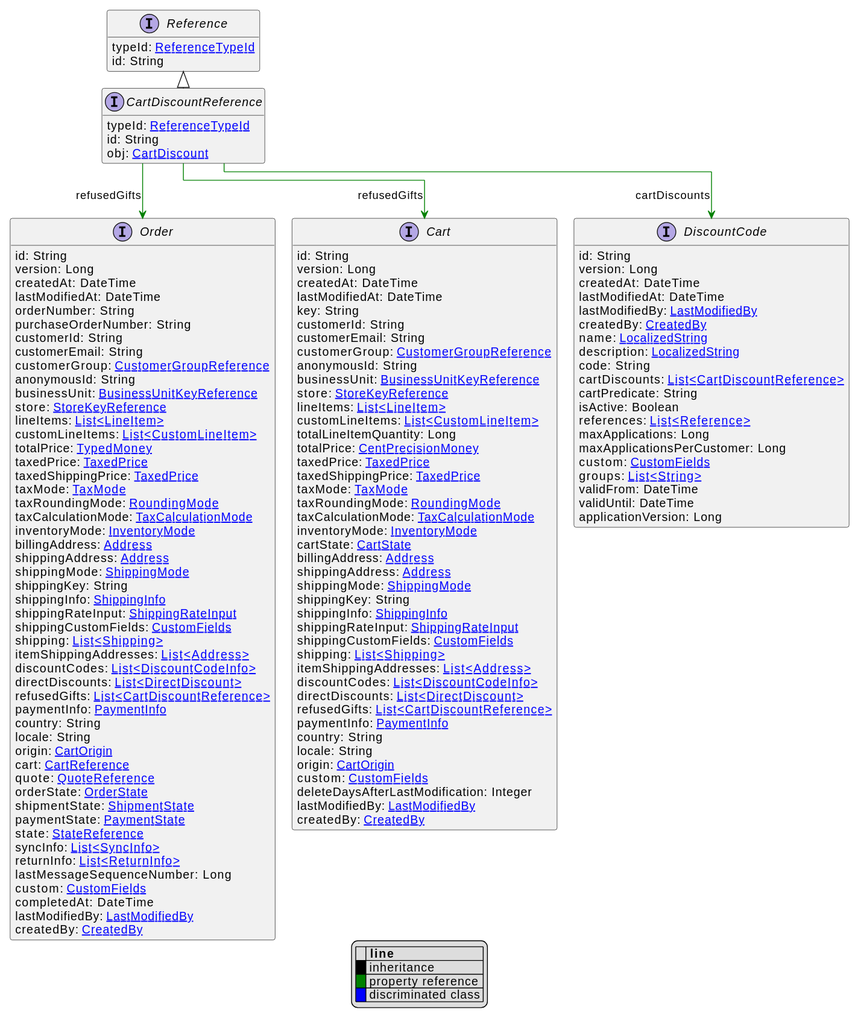
Earlier version of the PlantUML export uml/api/svg/CartDiscountReference.svg (commercetools/commercetools-api-reference).
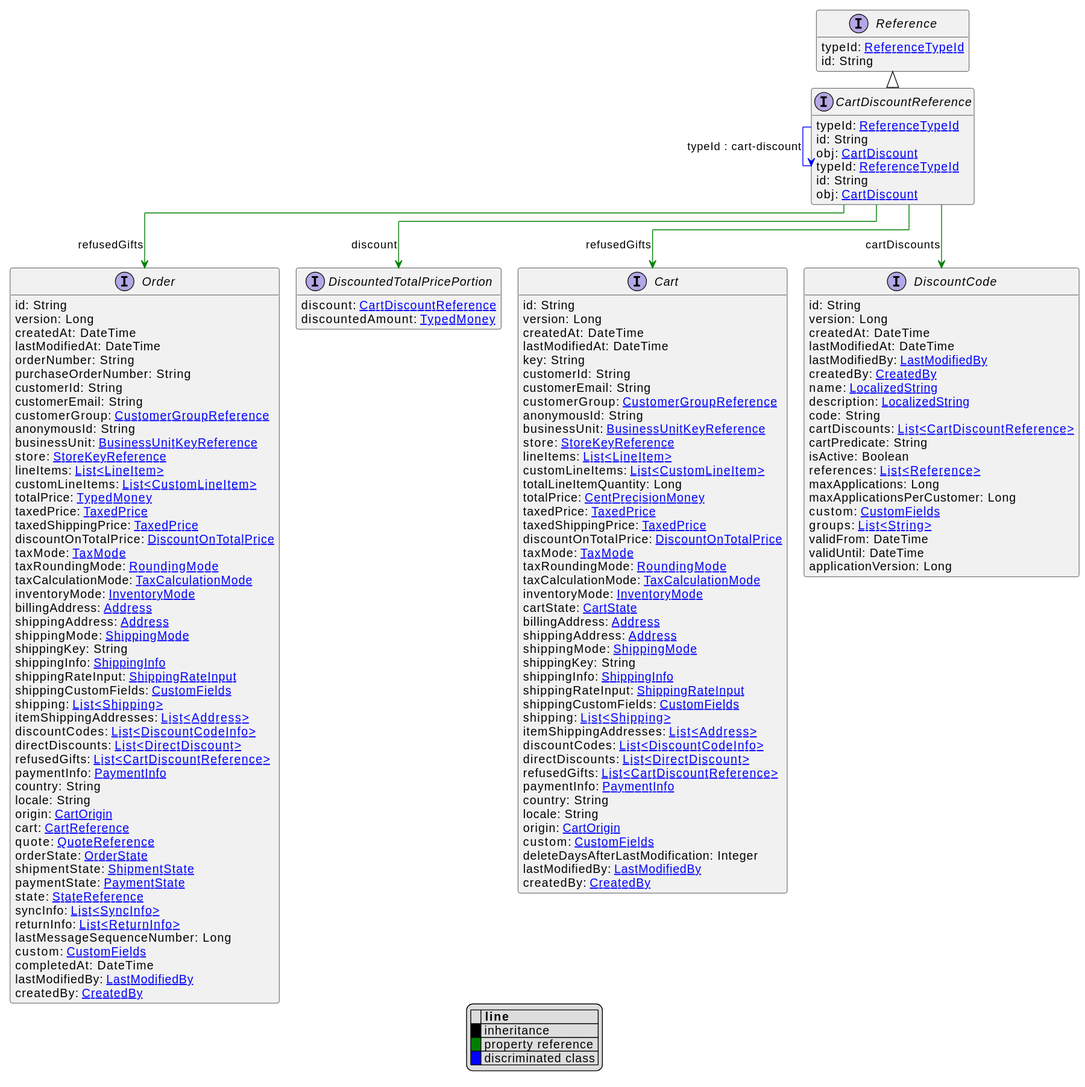
The same file after the commit.

Diff of the diagram source:
```diff
@@ -18,7 +18,11 @@
     id: String
 }
 
-
+interface CartDiscountReference [[CartDiscountReference.svg]]  {
+    typeId: [[ReferenceTypeId.svg ReferenceTypeId]]
+    id: String
+    obj: [[CartDiscount.svg CartDiscount]]
+}
 interface Cart [[Cart.svg]]  {
     id: String
     version: Long
@@ -37,6 +41,7 @@
     totalPrice: [[CentPrecisionMoney.svg CentPrecisionMoney]]
     taxedPrice: [[TaxedPrice.svg TaxedPrice]]
     taxedShippingPrice: [[TaxedPrice.svg TaxedPrice]]
+    discountOnTotalPrice: [[DiscountOnTotalPrice.svg DiscountOnTotalPrice]]
     taxMode: [[TaxMode.svg TaxMode]]
     taxRoundingMode: [[RoundingMode.svg RoundingMode]]
     taxCalculationMode: [[TaxCalculationMode.svg TaxCalculationMode]]
@@ -103,6 +108,7 @@
     totalPrice: [[TypedMoney.svg TypedMoney]]
     taxedPrice: [[TaxedPrice.svg TaxedPrice]]
     taxedShippingPrice: [[TaxedPrice.svg TaxedPrice]]
+    discountOnTotalPrice: [[DiscountOnTotalPrice.svg DiscountOnTotalPrice]]
     taxMode: [[TaxMode.svg TaxMode]]
     taxRoundingMode: [[RoundingMode.svg RoundingMode]]
     taxCalculationMode: [[TaxCalculationMode.svg TaxCalculationMode]]
@@ -137,8 +143,13 @@
     lastModifiedBy: [[LastModifiedBy.svg LastModifiedBy]]
     createdBy: [[CreatedBy.svg CreatedBy]]
 }
-
+interface DiscountedTotalPricePortion [[DiscountedTotalPricePortion.svg]]  {
+    discount: [[CartDiscountReference.svg CartDiscountReference]]
+    discountedAmount: [[TypedMoney.svg TypedMoney]]
+}
+CartDiscountReference --> CartDiscountReference #blue;text:blue : "typeId : cart-discount"
 CartDiscountReference --> Cart #green;text:green : "refusedGifts"
 CartDiscountReference --> DiscountCode #green;text:green : "cartDiscounts"
 CartDiscountReference --> Order #green;text:green : "refusedGifts"
+CartDiscountReference --> DiscountedTotalPricePortion #green;text:green : "discount"
 @enduml
```
